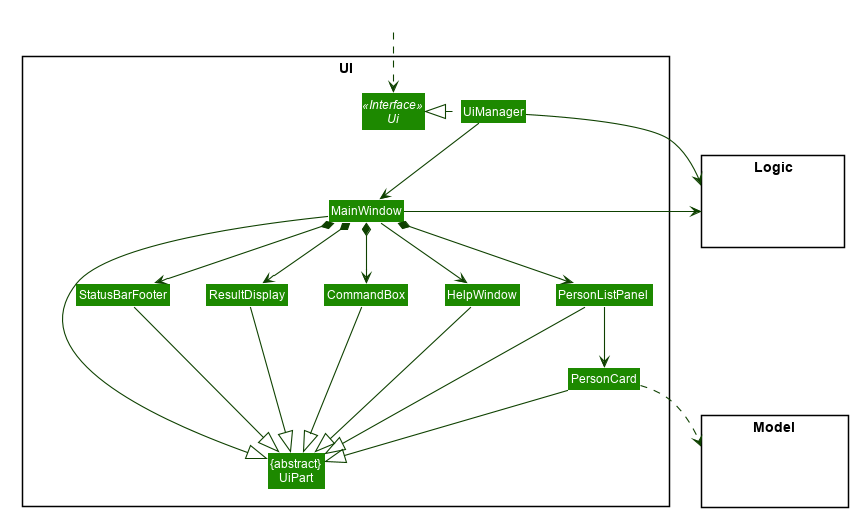
nus-cs2103-AY1920S2/addressbook-level3 keeps this PlantUML diagram as docs/images/UiClassDiagram.png. Above is the earlier version.
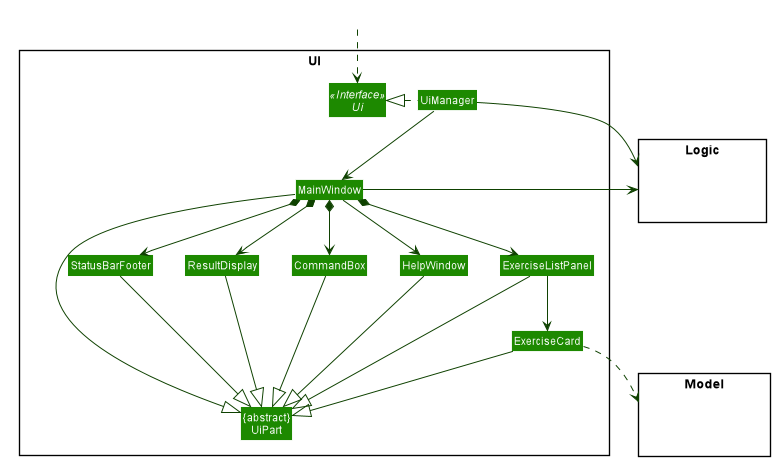
After the change.

Commit message:
Update new UML diagram png (#80)

The edit, as a diff of the source:
```diff
@@ -58,8 +58,8 @@
 Class MainWindow
 Class HelpWindow
 Class ResultDisplay
-Class PersonListPanel
-Class PersonCard
+Class ExerciseListPanel
+Class ExerciseCard
 Class StatusBarFooter
 Class CommandBox
 }
@@ -80,25 +80,25 @@
 MainWindow --> HelpWindow
 MainWindow *-down-> CommandBox
 MainWindow *-down-> ResultDisplay
-MainWindow *-down-> PersonListPanel
+MainWindow *-down-> ExerciseListPanel
 MainWindow *-down-> StatusBarFooter
 
-PersonListPanel -down-> PersonCard
+ExerciseListPanel -down-> ExerciseCard
 
 MainWindow -left-|> UiPart
 
 ResultDisplay --|> UiPart
 CommandBox --|> UiPart
-PersonListPanel --|> UiPart
-PersonCard --|> UiPart
+ExerciseListPanel --|> UiPart
+ExerciseCard --|> UiPart
 StatusBarFooter --|> UiPart
 HelpWindow -down-|> UiPart
 
-PersonCard ..> Model
+ExerciseCard ..> Model
 UiManager -right-> Logic
 MainWindow -left-> Logic
 
-PersonListPanel -[hidden]left- HelpWindow
+ExerciseListPanel -[hidden]left- HelpWindow
 HelpWindow -[hidden]left- CommandBox
 CommandBox -[hidden]left- ResultDisplay
 ResultDisplay -[hidden]left- StatusBarFooter
```
